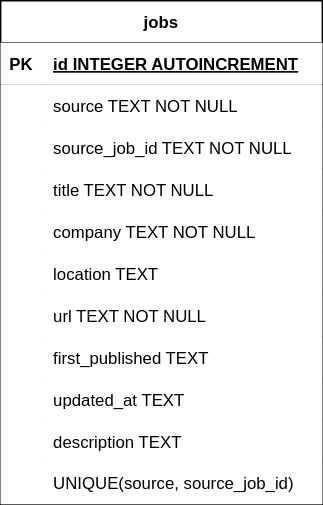
Earlier version of the draw.io export assets/schema.svg (lynkos/jobomation). Source tidied: cells renumbered, new cells last; positions are measured from the earlier drawing's top-left corner, leaving out a move shared by most shapes.
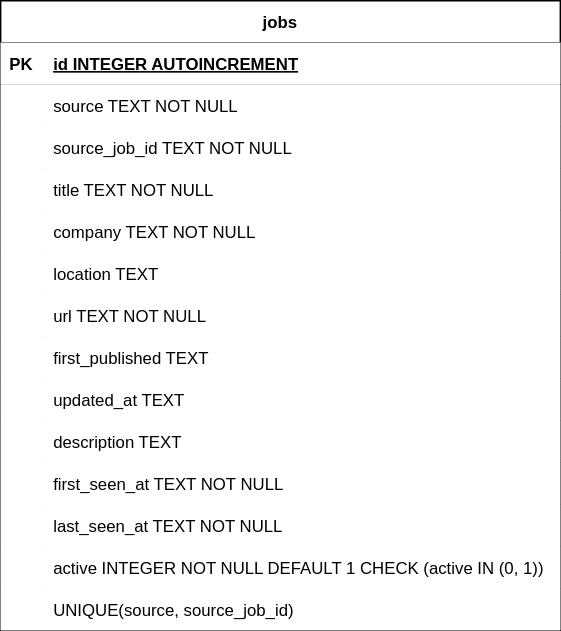
The same diagram one commit later.

Commit message:
Add `first_seen_at`, `last_seen_at`, and `active` variables

Diff of the diagram source:
```diff
@@ -2,107 +2,134 @@
   <root>
     <mxCell id="0" />
     <mxCell id="1" parent="0" />
-    <mxCell id="2" value="jobs" style="shape=table;startSize=30;rowLines=0;fontStyle=1;align=center;rounded=0;" parent="1" vertex="1">
-      <mxGeometry width="230" height="360" as="geometry" />
+    <mxCell id="2" value="jobs" style="shape=table;startSize=30;rowLines=0;fontStyle=1;align=center;" parent="1" vertex="1">
+      <mxGeometry width="400" height="450" as="geometry" />
     </mxCell>
-    <mxCell id="3" style="shape=tableRow;horizontal=0;startSize=0;swimlaneHead=0;swimlaneBody=0;top=0;left=0;right=0;bottom=1;rounded=0;swimlaneFillColor=none;" parent="2" vertex="1">
-      <mxGeometry y="30" width="230" height="30" as="geometry" />
-    </mxCell>
+    <mxCell id="36" style="shape=tableRow;horizontal=0;startSize=0;swimlaneHead=0;swimlaneBody=0;top=0;left=0;right=0;bottom=1;" parent="2" vertex="1">
+      <mxGeometry y="30" width="400" height="30" as="geometry" />
+    </mxCell>
-    <mxCell id="4" value="PK" style="shape=partialRectangle;overflow=hidden;top=0;left=0;bottom=0;right=0;fontStyle=1;rounded=0;swimlaneFillColor=none;" parent="3" vertex="1">
+    <mxCell id="4" value="PK" style="shape=partialRectangle;overflow=hidden;top=0;left=0;bottom=0;right=0;fontStyle=1;" parent="36" vertex="1">
       <mxGeometry width="30" height="30" as="geometry" />
     </mxCell>
-    <mxCell id="5" value="id INTEGER AUTOINCREMENT" style="shape=partialRectangle;overflow=hidden;align=left;top=0;left=0;bottom=0;right=0;spacingLeft=6;fontStyle=5;rounded=0;swimlaneFillColor=none;" parent="3" vertex="1">
-      <mxGeometry x="30" width="200" height="30" as="geometry" />
+    <mxCell id="5" value="id INTEGER  AUTOINCREMENT" style="shape=partialRectangle;overflow=hidden;align=left;top=0;left=0;bottom=0;right=0;spacingLeft=6;fontStyle=5;" parent="36" vertex="1">
+      <mxGeometry x="30" width="370" height="30" as="geometry" />
     </mxCell>
-    <mxCell id="6" style="shape=tableRow;horizontal=0;startSize=0;swimlaneHead=0;swimlaneBody=0;top=0;left=0;right=0;bottom=0;rounded=0;swimlaneFillColor=none;" parent="2" vertex="1">
-      <mxGeometry y="60" width="230" height="30" as="geometry" />
-    </mxCell>
-    <mxCell id="7" style="shape=partialRectangle;overflow=hidden;top=0;left=0;bottom=0;right=0;rounded=0;swimlaneFillColor=none;" parent="6" vertex="1">
-      <mxGeometry width="30" height="30" as="geometry" />
-    </mxCell>
+    <mxCell id="37" style="shape=tableRow;horizontal=0;startSize=0;swimlaneHead=0;swimlaneBody=0;top=0;left=0;right=0;bottom=0;" parent="2" vertex="1">
+      <mxGeometry y="60" width="400" height="30" as="geometry" />
+    </mxCell>
+    <mxCell id="38" style="shape=partialRectangle;overflow=hidden;top=0;left=0;bottom=0;right=0;" parent="37" vertex="1">
+      <mxGeometry width="30" height="30" as="geometry" />
+    </mxCell>
-    <mxCell id="8" value="source TEXT NOT NULL" style="shape=partialRectangle;overflow=hidden;align=left;top=0;left=0;bottom=0;right=0;spacingLeft=6;rounded=0;swimlaneFillColor=none;" parent="6" vertex="1">
-      <mxGeometry x="30" width="200" height="30" as="geometry" />
+    <mxCell id="8" value="source TEXT NOT NULL" style="shape=partialRectangle;overflow=hidden;align=left;top=0;left=0;bottom=0;right=0;spacingLeft=6;" parent="37" vertex="1">
+      <mxGeometry x="30" width="370" height="30" as="geometry" />
     </mxCell>
-    <mxCell id="9" style="shape=tableRow;horizontal=0;startSize=0;swimlaneHead=0;swimlaneBody=0;top=0;left=0;right=0;bottom=0;rounded=0;swimlaneFillColor=none;" parent="2" vertex="1">
-      <mxGeometry y="90" width="230" height="30" as="geometry" />
-    </mxCell>
-    <mxCell id="10" style="shape=partialRectangle;overflow=hidden;top=0;left=0;bottom=0;right=0;rounded=0;swimlaneFillColor=none;" parent="9" vertex="1">
-      <mxGeometry width="30" height="30" as="geometry" />
-    </mxCell>
+    <mxCell id="39" style="shape=tableRow;horizontal=0;startSize=0;swimlaneHead=0;swimlaneBody=0;top=0;left=0;right=0;bottom=0;" parent="2" vertex="1">
+      <mxGeometry y="90" width="400" height="30" as="geometry" />
+    </mxCell>
+    <mxCell id="40" style="shape=partialRectangle;overflow=hidden;top=0;left=0;bottom=0;right=0;" parent="39" vertex="1">
+      <mxGeometry width="30" height="30" as="geometry" />
+    </mxCell>
-    <mxCell id="11" value="source_job_id TEXT NOT NULL" style="shape=partialRectangle;overflow=hidden;align=left;top=0;left=0;bottom=0;right=0;spacingLeft=6;rounded=0;swimlaneFillColor=none;" parent="9" vertex="1">
-      <mxGeometry x="30" width="200" height="30" as="geometry" />
+    <mxCell id="11" value="source_job_id TEXT NOT NULL" style="shape=partialRectangle;overflow=hidden;align=left;top=0;left=0;bottom=0;right=0;spacingLeft=6;" parent="39" vertex="1">
+      <mxGeometry x="30" width="370" height="30" as="geometry" />
     </mxCell>
-    <mxCell id="12" style="shape=tableRow;horizontal=0;startSize=0;swimlaneHead=0;swimlaneBody=0;top=0;left=0;right=0;bottom=0;rounded=0;swimlaneFillColor=none;" parent="2" vertex="1">
-      <mxGeometry y="120" width="230" height="30" as="geometry" />
-    </mxCell>
-    <mxCell id="13" style="shape=partialRectangle;overflow=hidden;top=0;left=0;bottom=0;right=0;rounded=0;swimlaneFillColor=none;" parent="12" vertex="1">
-      <mxGeometry width="30" height="30" as="geometry" />
-    </mxCell>
+    <mxCell id="41" style="shape=tableRow;horizontal=0;startSize=0;swimlaneHead=0;swimlaneBody=0;top=0;left=0;right=0;bottom=0;" parent="2" vertex="1">
+      <mxGeometry y="120" width="400" height="30" as="geometry" />
+    </mxCell>
+    <mxCell id="42" style="shape=partialRectangle;overflow=hidden;top=0;left=0;bottom=0;right=0;" parent="41" vertex="1">
+      <mxGeometry width="30" height="30" as="geometry" />
+    </mxCell>
-    <mxCell id="14" value="title TEXT NOT NULL" style="shape=partialRectangle;overflow=hidden;align=left;top=0;left=0;bottom=0;right=0;spacingLeft=6;rounded=0;swimlaneFillColor=none;" parent="12" vertex="1">
-      <mxGeometry x="30" width="200" height="30" as="geometry" />
+    <mxCell id="14" value="title TEXT NOT NULL" style="shape=partialRectangle;overflow=hidden;align=left;top=0;left=0;bottom=0;right=0;spacingLeft=6;" parent="41" vertex="1">
+      <mxGeometry x="30" width="370" height="30" as="geometry" />
     </mxCell>
-    <mxCell id="15" style="shape=tableRow;horizontal=0;startSize=0;swimlaneHead=0;swimlaneBody=0;top=0;left=0;right=0;bottom=0;rounded=0;swimlaneFillColor=none;" parent="2" vertex="1">
-      <mxGeometry y="150" width="230" height="30" as="geometry" />
-    </mxCell>
-    <mxCell id="16" style="shape=partialRectangle;overflow=hidden;top=0;left=0;bottom=0;right=0;rounded=0;swimlaneFillColor=none;" parent="15" vertex="1">
-      <mxGeometry width="30" height="30" as="geometry" />
-    </mxCell>
+    <mxCell id="43" style="shape=tableRow;horizontal=0;startSize=0;swimlaneHead=0;swimlaneBody=0;top=0;left=0;right=0;bottom=0;" parent="2" vertex="1">
+      <mxGeometry y="150" width="400" height="30" as="geometry" />
+    </mxCell>
+    <mxCell id="44" style="shape=partialRectangle;overflow=hidden;top=0;left=0;bottom=0;right=0;" parent="43" vertex="1">
+      <mxGeometry width="30" height="30" as="geometry" />
+    </mxCell>
-    <mxCell id="17" value="company TEXT NOT NULL" style="shape=partialRectangle;overflow=hidden;align=left;top=0;left=0;bottom=0;right=0;spacingLeft=6;rounded=0;swimlaneFillColor=none;" parent="15" vertex="1">
-      <mxGeometry x="30" width="200" height="30" as="geometry" />
+    <mxCell id="17" value="company TEXT NOT NULL" style="shape=partialRectangle;overflow=hidden;align=left;top=0;left=0;bottom=0;right=0;spacingLeft=6;" parent="43" vertex="1">
+      <mxGeometry x="30" width="370" height="30" as="geometry" />
     </mxCell>
-    <mxCell id="18" style="shape=tableRow;horizontal=0;startSize=0;swimlaneHead=0;swimlaneBody=0;top=0;left=0;right=0;bottom=0;rounded=0;swimlaneFillColor=none;" parent="2" vertex="1">
-      <mxGeometry y="180" width="230" height="30" as="geometry" />
-    </mxCell>
-    <mxCell id="19" style="shape=partialRectangle;overflow=hidden;top=0;left=0;bottom=0;right=0;rounded=0;swimlaneFillColor=none;" parent="18" vertex="1">
-      <mxGeometry width="30" height="30" as="geometry" />
-    </mxCell>
+    <mxCell id="45" style="shape=tableRow;horizontal=0;startSize=0;swimlaneHead=0;swimlaneBody=0;top=0;left=0;right=0;bottom=0;" parent="2" vertex="1">
+      <mxGeometry y="180" width="400" height="30" as="geometry" />
+    </mxCell>
+    <mxCell id="46" style="shape=partialRectangle;overflow=hidden;top=0;left=0;bottom=0;right=0;" parent="45" vertex="1">
+      <mxGeometry width="30" height="30" as="geometry" />
+    </mxCell>
-    <mxCell id="20" value="location TEXT" style="shape=partialRectangle;overflow=hidden;align=left;top=0;left=0;bottom=0;right=0;spacingLeft=6;rounded=0;swimlaneFillColor=none;" parent="18" vertex="1">
-      <mxGeometry x="30" width="200" height="30" as="geometry" />
+    <mxCell id="20" value="location TEXT" style="shape=partialRectangle;overflow=hidden;align=left;top=0;left=0;bottom=0;right=0;spacingLeft=6;" parent="45" vertex="1">
+      <mxGeometry x="30" width="370" height="30" as="geometry" />
     </mxCell>
-    <mxCell id="21" style="shape=tableRow;horizontal=0;startSize=0;swimlaneHead=0;swimlaneBody=0;top=0;left=0;right=0;bottom=0;rounded=0;swimlaneFillColor=none;" parent="2" vertex="1">
-      <mxGeometry y="210" width="230" height="30" as="geometry" />
-    </mxCell>
-    <mxCell id="22" style="shape=partialRectangle;overflow=hidden;top=0;left=0;bottom=0;right=0;rounded=0;swimlaneFillColor=none;" parent="21" vertex="1">
-      <mxGeometry width="30" height="30" as="geometry" />
-    </mxCell>
+    <mxCell id="47" style="shape=tableRow;horizontal=0;startSize=0;swimlaneHead=0;swimlaneBody=0;top=0;left=0;right=0;bottom=0;" parent="2" vertex="1">
+      <mxGeometry y="210" width="400" height="30" as="geometry" />
+    </mxCell>
+    <mxCell id="48" style="shape=partialRectangle;overflow=hidden;top=0;left=0;bottom=0;right=0;" parent="47" vertex="1">
+      <mxGeometry width="30" height="30" as="geometry" />
+    </mxCell>
-    <mxCell id="23" value="url TEXT NOT NULL" style="shape=partialRectangle;overflow=hidden;align=left;top=0;left=0;bottom=0;right=0;spacingLeft=6;rounded=0;swimlaneFillColor=none;" parent="21" vertex="1">
-      <mxGeometry x="30" width="200" height="30" as="geometry" />
+    <mxCell id="23" value="url TEXT NOT NULL" style="shape=partialRectangle;overflow=hidden;align=left;top=0;left=0;bottom=0;right=0;spacingLeft=6;" parent="47" vertex="1">
+      <mxGeometry x="30" width="370" height="30" as="geometry" />
     </mxCell>
-    <mxCell id="24" style="shape=tableRow;horizontal=0;startSize=0;swimlaneHead=0;swimlaneBody=0;top=0;left=0;right=0;bottom=0;rounded=0;swimlaneFillColor=none;" parent="2" vertex="1">
-      <mxGeometry y="240" width="230" height="30" as="geometry" />
-    </mxCell>
-    <mxCell id="25" style="shape=partialRectangle;overflow=hidden;top=0;left=0;bottom=0;right=0;rounded=0;swimlaneFillColor=none;" parent="24" vertex="1">
-      <mxGeometry width="30" height="30" as="geometry" />
-    </mxCell>
+    <mxCell id="49" style="shape=tableRow;horizontal=0;startSize=0;swimlaneHead=0;swimlaneBody=0;top=0;left=0;right=0;bottom=0;" parent="2" vertex="1">
+      <mxGeometry y="240" width="400" height="30" as="geometry" />
+    </mxCell>
+    <mxCell id="50" style="shape=partialRectangle;overflow=hidden;top=0;left=0;bottom=0;right=0;" parent="49" vertex="1">
+      <mxGeometry width="30" height="30" as="geometry" />
+    </mxCell>
-    <mxCell id="26" value="first_published TEXT" style="shape=partialRectangle;overflow=hidden;align=left;top=0;left=0;bottom=0;right=0;spacingLeft=6;rounded=0;swimlaneFillColor=none;" parent="24" vertex="1">
-      <mxGeometry x="30" width="200" height="30" as="geometry" />
+    <mxCell id="26" value="first_published TEXT" style="shape=partialRectangle;overflow=hidden;align=left;top=0;left=0;bottom=0;right=0;spacingLeft=6;" parent="49" vertex="1">
+      <mxGeometry x="30" width="370" height="30" as="geometry" />
     </mxCell>
-    <mxCell id="27" style="shape=tableRow;horizontal=0;startSize=0;swimlaneHead=0;swimlaneBody=0;top=0;left=0;right=0;bottom=0;rounded=0;swimlaneFillColor=none;" parent="2" vertex="1">
-      <mxGeometry y="270" width="230" height="30" as="geometry" />
-    </mxCell>
-    <mxCell id="28" style="shape=partialRectangle;overflow=hidden;top=0;left=0;bottom=0;right=0;rounded=0;swimlaneFillColor=none;" parent="27" vertex="1">
-      <mxGeometry width="30" height="30" as="geometry" />
-    </mxCell>
+    <mxCell id="51" style="shape=tableRow;horizontal=0;startSize=0;swimlaneHead=0;swimlaneBody=0;top=0;left=0;right=0;bottom=0;" parent="2" vertex="1">
+      <mxGeometry y="270" width="400" height="30" as="geometry" />
+    </mxCell>
+    <mxCell id="52" style="shape=partialRectangle;overflow=hidden;top=0;left=0;bottom=0;right=0;" parent="51" vertex="1">
+      <mxGeometry width="30" height="30" as="geometry" />
+    </mxCell>
-    <mxCell id="29" value="updated_at TEXT" style="shape=partialRectangle;overflow=hidden;align=left;top=0;left=0;bottom=0;right=0;spacingLeft=6;rounded=0;swimlaneFillColor=none;" parent="27" vertex="1">
-      <mxGeometry x="30" width="200" height="30" as="geometry" />
+    <mxCell id="29" value="updated_at TEXT" style="shape=partialRectangle;overflow=hidden;align=left;top=0;left=0;bottom=0;right=0;spacingLeft=6;" parent="51" vertex="1">
+      <mxGeometry x="30" width="370" height="30" as="geometry" />
     </mxCell>
-    <mxCell id="30" style="shape=tableRow;horizontal=0;startSize=0;swimlaneHead=0;swimlaneBody=0;top=0;left=0;right=0;bottom=0;rounded=0;swimlaneFillColor=none;" parent="2" vertex="1">
-      <mxGeometry y="300" width="230" height="30" as="geometry" />
-    </mxCell>
-    <mxCell id="31" style="shape=partialRectangle;overflow=hidden;top=0;left=0;bottom=0;right=0;rounded=0;swimlaneFillColor=none;" parent="30" vertex="1">
-      <mxGeometry width="30" height="30" as="geometry" />
-    </mxCell>
+    <mxCell id="53" style="shape=tableRow;horizontal=0;startSize=0;swimlaneHead=0;swimlaneBody=0;top=0;left=0;right=0;bottom=0;" parent="2" vertex="1">
+      <mxGeometry y="300" width="400" height="30" as="geometry" />
+    </mxCell>
+    <mxCell id="54" style="shape=partialRectangle;overflow=hidden;top=0;left=0;bottom=0;right=0;" parent="53" vertex="1">
+      <mxGeometry width="30" height="30" as="geometry" />
+    </mxCell>
-    <mxCell id="32" value="description TEXT" style="shape=partialRectangle;overflow=hidden;align=left;top=0;left=0;bottom=0;right=0;spacingLeft=6;rounded=0;swimlaneFillColor=none;" parent="30" vertex="1">
-      <mxGeometry x="30" width="200" height="30" as="geometry" />
+    <mxCell id="32" value="description TEXT" style="shape=partialRectangle;overflow=hidden;align=left;top=0;left=0;bottom=0;right=0;spacingLeft=6;" parent="53" vertex="1">
+      <mxGeometry x="30" width="370" height="30" as="geometry" />
     </mxCell>
-    <mxCell id="33" style="shape=tableRow;horizontal=0;startSize=0;swimlaneHead=0;swimlaneBody=0;top=0;left=0;right=0;bottom=0;rounded=0;swimlaneFillColor=none;" parent="2" vertex="1">
-      <mxGeometry y="330" width="230" height="30" as="geometry" />
-    </mxCell>
-    <mxCell id="34" style="shape=partialRectangle;overflow=hidden;top=0;left=0;bottom=0;right=0;rounded=0;swimlaneFillColor=none;" parent="33" vertex="1">
-      <mxGeometry width="30" height="30" as="geometry" />
-    </mxCell>
+    <mxCell id="55" style="shape=tableRow;horizontal=0;startSize=0;swimlaneHead=0;swimlaneBody=0;top=0;left=0;right=0;bottom=0;" parent="2" vertex="1">
+      <mxGeometry y="330" width="400" height="30" as="geometry" />
+    </mxCell>
+    <mxCell id="56" style="shape=partialRectangle;overflow=hidden;top=0;left=0;bottom=0;right=0;" parent="55" vertex="1">
+      <mxGeometry width="30" height="30" as="geometry" />
+    </mxCell>
+    <mxCell id="57" value="first_seen_at TEXT NOT NULL" style="shape=partialRectangle;overflow=hidden;align=left;top=0;left=0;bottom=0;right=0;spacingLeft=6;" parent="55" vertex="1">
+      <mxGeometry x="30" width="370" height="30" as="geometry" />
+    </mxCell>
+    <mxCell id="58" style="shape=tableRow;horizontal=0;startSize=0;swimlaneHead=0;swimlaneBody=0;top=0;left=0;right=0;bottom=0;" parent="2" vertex="1">
+      <mxGeometry y="360" width="400" height="30" as="geometry" />
+    </mxCell>
+    <mxCell id="59" style="shape=partialRectangle;overflow=hidden;top=0;left=0;bottom=0;right=0;" parent="58" vertex="1">
+      <mxGeometry width="30" height="30" as="geometry" />
+    </mxCell>
+    <mxCell id="60" value="last_seen_at TEXT NOT NULL" style="shape=partialRectangle;overflow=hidden;align=left;top=0;left=0;bottom=0;right=0;spacingLeft=6;" parent="58" vertex="1">
+      <mxGeometry x="30" width="370" height="30" as="geometry" />
+    </mxCell>
+    <mxCell id="61" style="shape=tableRow;horizontal=0;startSize=0;swimlaneHead=0;swimlaneBody=0;top=0;left=0;right=0;bottom=0;" parent="2" vertex="1">
+      <mxGeometry y="390" width="400" height="30" as="geometry" />
+    </mxCell>
+    <mxCell id="62" style="shape=partialRectangle;overflow=hidden;top=0;left=0;bottom=0;right=0;" parent="61" vertex="1">
+      <mxGeometry width="30" height="30" as="geometry" />
+    </mxCell>
+    <mxCell id="63" value="active INTEGER NOT NULL DEFAULT 1 CHECK (active IN (0, 1))" style="shape=partialRectangle;overflow=hidden;align=left;top=0;left=0;bottom=0;right=0;spacingLeft=6;" parent="61" vertex="1">
+      <mxGeometry x="30" width="370" height="30" as="geometry" />
+    </mxCell>
+    <mxCell id="64" style="shape=tableRow;horizontal=0;startSize=0;swimlaneHead=0;swimlaneBody=0;top=0;left=0;right=0;bottom=0;" parent="2" vertex="1">
+      <mxGeometry y="420" width="400" height="30" as="geometry" />
+    </mxCell>
+    <mxCell id="65" style="shape=partialRectangle;overflow=hidden;top=0;left=0;bottom=0;right=0;" parent="64" vertex="1">
+      <mxGeometry width="30" height="30" as="geometry" />
+    </mxCell>
-    <mxCell id="35" value="UNIQUE(source, source_job_id)" style="shape=partialRectangle;overflow=hidden;align=left;top=0;left=0;bottom=0;right=0;spacingLeft=6;rounded=0;swimlaneFillColor=none;" parent="33" vertex="1">
-      <mxGeometry x="30" width="200" height="30" as="geometry" />
+    <mxCell id="35" value="UNIQUE(source, source_job_id)" style="shape=partialRectangle;overflow=hidden;align=left;top=0;left=0;bottom=0;right=0;spacingLeft=6;" parent="64" vertex="1">
+      <mxGeometry x="30" width="370" height="30" as="geometry" />
     </mxCell>
   </root>
 </mxGraphModel>
```
